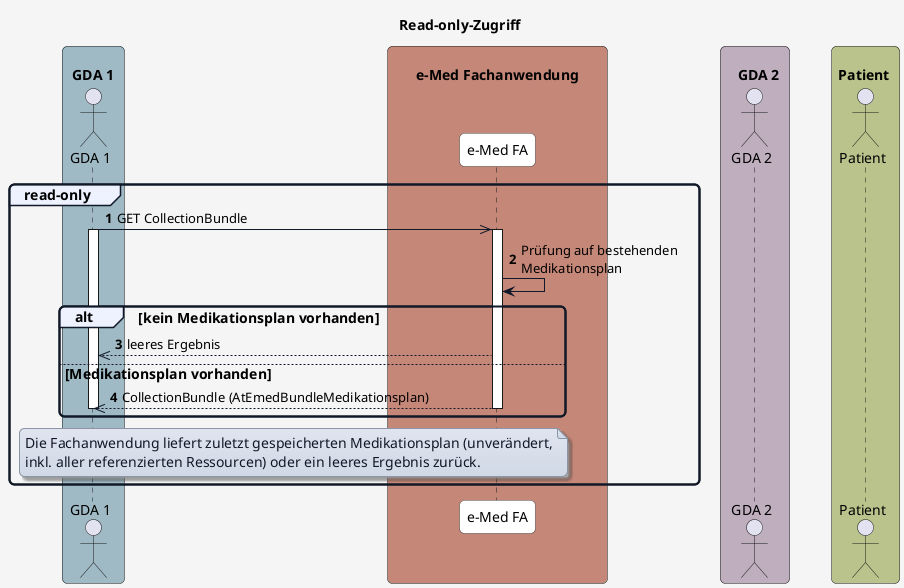
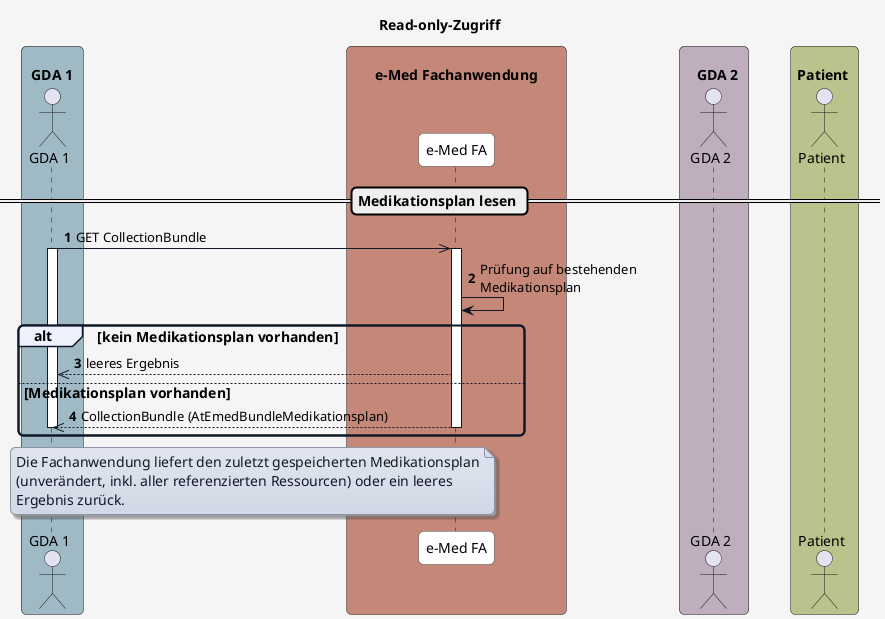
@startuml
title Read-only-Zugriff
skinparam borderColor #000000
skinparam backgroundColor #f5f5f5
skinparam shadowing false
skinparam roundCorner 10
skinparam defaultFontName "Arial"
skinparam defaultFontSize 14
skinparam defaultFontColor #000000

skinparam note {
  BackgroundColor #e0e5f0-#d1d9e6
  BorderColor #8b95a5
  BorderThickness 1
  RoundCorner 8
  Padding 6
  FontColor #111827
  Shadowing true
}

skinparam HyperlinkColor #0000EE
skinparam HyperlinkUnderline false

skinparam sequence {
  ParticipantBorderColor #555555
  ParticipantBackgroundColor #ffffff
  ParticipantFontColor #000000
  ParticipantFontSize 14
  ParticipantPadding 20
  ArrowColor #111827
  ArrowThickness 1
  ArrowFontColor #000000
  ArrowFontSize 13
  GroupBorderColor #111827
  GroupBackgroundColor #eef2ff
  GroupBorderThickness 2
}

skinparam BoxPadding 20
skinparam BoxBorderColor #555555

box "\n  GDA 1  " #9fbac4
  actor GDA_1 as "GDA 1"
end box

box "\n       e-Med Fachanwendung       " #C48778
  participant eMed_FA as "e-Med FA"
end box

box "\n    GDA 2  " #beaebe
  actor GDA_2 as "GDA 2"
end box

box "\n Patient  " #bac38b
  actor Patient as "Patient"
end box


autonumber

- group read-only
+ == Medikationsplan lesen ==

-   GDA_1 ->> eMed_FA: GET CollectionBundle
-   activate GDA_1
+ GDA_1 ->> eMed_FA: GET CollectionBundle
+ activate GDA_1

-   activate eMed_FA
-   eMed_FA -> eMed_FA: Prüfung auf bestehenden\nMedikationsplan
+ activate eMed_FA
+ eMed_FA -> eMed_FA: Prüfung auf bestehenden\nMedikationsplan

-   alt kein Medikationsplan vorhanden
-     eMed_FA -->> GDA_1: leeres Ergebnis
-   else Medikationsplan vorhanden
-     eMed_FA -->> GDA_1: CollectionBundle (AtEmedBundleMedikationsplan)
-     deactivate GDA_1
-     deactivate eMed_FA
-   end
-   note over GDA_1, eMed_FA
-   Die Fachanwendung liefert zuletzt gespeicherten Medikationsplan (unverändert,
-   inkl. aller referenzierten Ressourcen) oder ein leeres Ergebnis zurück.
-   end note
- 
+ alt kein Medikationsplan vorhanden
+   eMed_FA -->> GDA_1: leeres Ergebnis
+ else Medikationsplan vorhanden
+   eMed_FA -->> GDA_1: CollectionBundle (AtEmedBundleMedikationsplan)
+   deactivate GDA_1
+   deactivate eMed_FA
end
- 
+ note over GDA_1, eMed_FA
+ Die Fachanwendung liefert den zuletzt gespeicherten Medikationsplan
+ (unverändert, inkl. aller referenzierten Ressourcen) oder ein leeres
+ Ergebnis zurück.
+ end note


@enduml